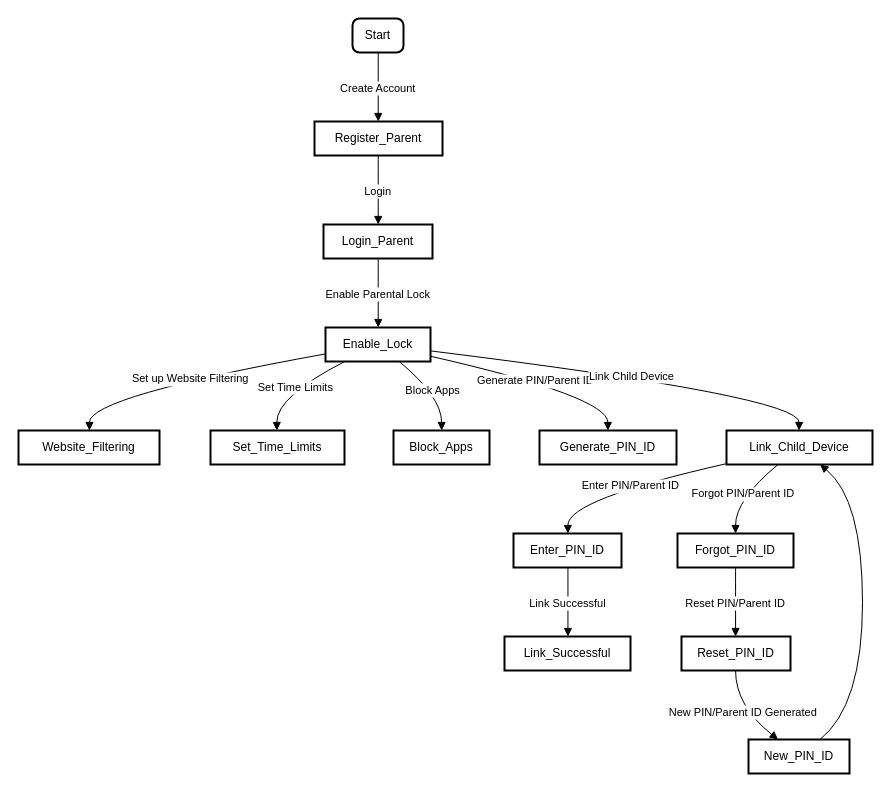
Inco9nit0/Parental-Lock-System-Project-FYP- keeps this draw.io diagram as user flow.drawio. Above is the earlier version. Source tidied: cells renumbered, new cells numbered last; positions are measured from the earlier drawing's top-left corner, leaving out a move shared by most shapes. Both pictures are drawn from the tidied source at 100%, with x=0, y=0 at pixel (18, 18).
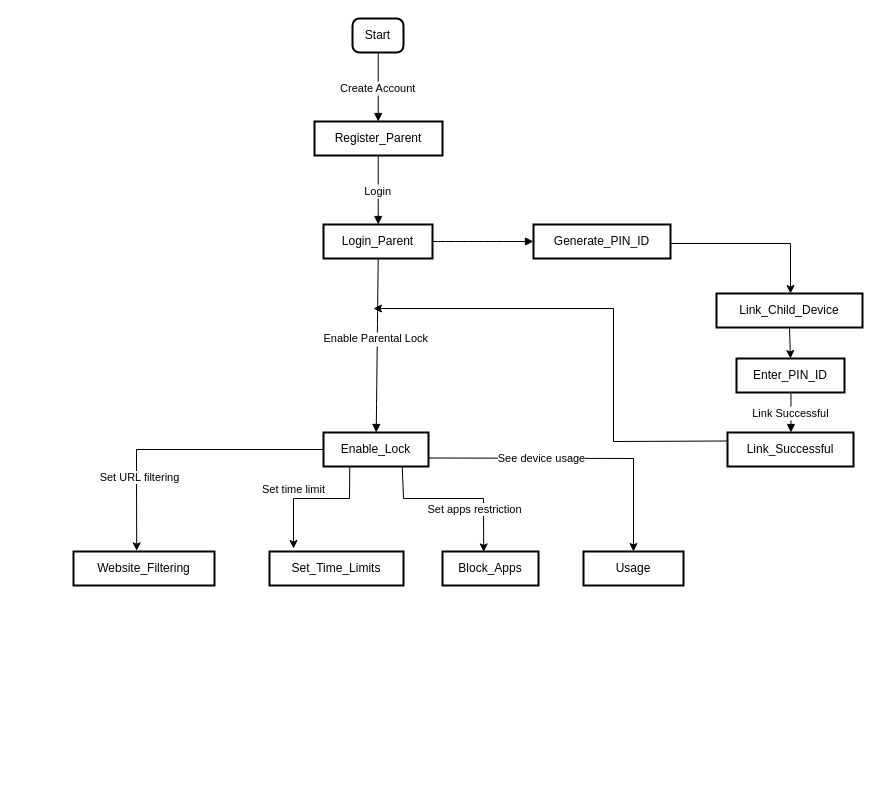
The same page after the edit.

Unchanged cells that the change refers to:
```xml
<mxCell id="4" value="Login_Parent" style="whiteSpace=wrap;strokeWidth=2;" parent="1" vertex="1">
  <mxGeometry x="305" y="206" width="109" height="34" as="geometry" />
</mxCell>
```

The edit, as a diff of the source:
```diff
@@
     <mxCell id="5" value="Enable_Lock" style="whiteSpace=wrap;strokeWidth=2;" parent="1" vertex="1">
-      <mxGeometry x="307" y="309" width="105" height="34" as="geometry" />
+      <mxGeometry x="305" y="414" width="105" height="34" as="geometry" />
     </mxCell>
     <mxCell id="6" value="Website_Filtering" style="whiteSpace=wrap;strokeWidth=2;" parent="1" vertex="1">
-      <mxGeometry y="412" width="141" height="34" as="geometry" />
+      <mxGeometry x="55" y="533" width="141" height="34" as="geometry" />
     </mxCell>
     <mxCell id="7" value="Set_Time_Limits" style="whiteSpace=wrap;strokeWidth=2;" parent="1" vertex="1">
-      <mxGeometry x="192" y="412" width="134" height="34" as="geometry" />
+      <mxGeometry x="251" y="533" width="134" height="34" as="geometry" />
     </mxCell>
     <mxCell id="8" value="Block_Apps" style="whiteSpace=wrap;strokeWidth=2;" parent="1" vertex="1">
-      <mxGeometry x="375" y="412" width="96" height="34" as="geometry" />
+      <mxGeometry x="424" y="533" width="96" height="34" as="geometry" />
     </mxCell>
-    <mxCell id="9" value="Generate_PIN_ID" style="whiteSpace=wrap;strokeWidth=2;" parent="1" vertex="1">
-      <mxGeometry x="521" y="412" width="137" height="34" as="geometry" />
-    </mxCell>
     <mxCell id="10" value="Link_Child_Device" style="whiteSpace=wrap;strokeWidth=2;" parent="1" vertex="1">
-      <mxGeometry x="708" y="412" width="146" height="34" as="geometry" />
+      <mxGeometry x="698" y="275" width="146" height="34" as="geometry" />
     </mxCell>
     <mxCell id="11" value="Enter_PIN_ID" style="whiteSpace=wrap;strokeWidth=2;" parent="1" vertex="1">
-      <mxGeometry x="495" y="515" width="108" height="34" as="geometry" />
+      <mxGeometry x="718" y="340" width="108" height="34" as="geometry" />
     </mxCell>
     <mxCell id="12" value="Link_Successful" style="whiteSpace=wrap;strokeWidth=2;" parent="1" vertex="1">
-      <mxGeometry x="486" y="618" width="126" height="34" as="geometry" />
+      <mxGeometry x="709" y="414" width="126" height="34" as="geometry" />
     </mxCell>
-    <mxCell id="13" value="Forgot_PIN_ID" style="whiteSpace=wrap;strokeWidth=2;" parent="1" vertex="1">
-      <mxGeometry x="659" y="515" width="116" height="34" as="geometry" />
-    </mxCell>
-    <mxCell id="14" value="Reset_PIN_ID" style="whiteSpace=wrap;strokeWidth=2;" parent="1" vertex="1">
-      <mxGeometry x="663" y="618" width="109" height="34" as="geometry" />
-    </mxCell>
-    <mxCell id="15" value="New_PIN_ID" style="whiteSpace=wrap;strokeWidth=2;" parent="1" vertex="1">
-      <mxGeometry x="730" y="721" width="101" height="34" as="geometry" />
-    </mxCell>
@@
     <mxCell id="18" value="Enable Parental Lock" style="curved=1;startArrow=none;endArrow=block;exitX=0.5020606364678899;exitY=1;entryX=0.5021391369047619;entryY=0;" parent="1" edge="1" source="4" target="5">
-      <mxGeometry relative="1" as="geometry" />
+      <mxGeometry x="-0.08" y="-1" relative="1" as="geometry" />
     </mxCell>
+    <mxCell id="25" value="Link Successful" style="curved=1;startArrow=none;endArrow=block;exitX=0.5041775173611112;exitY=1;entryX=0.5035807291666666;entryY=0;" parent="1" edge="1" source="11" target="12">
+      <mxGeometry relative="1" as="geometry" />
+    </mxCell>
+    <mxCell id="24" style="endArrow=classic;html=1;rounded=0;exitX=0.5;exitY=1;exitDx=0;exitDy=0;entryX=0.5;entryY=0;entryDx=0;entryDy=0;" parent="1" edge="1" source="10" target="11">
+      <mxGeometry relative="1" as="geometry" />
+    </mxCell>
+    <mxCell id="30" style="curved=1;startArrow=none;endArrow=block;entryX=0;entryY=0.5;exitX=1;exitY=0.5;exitDx=0;exitDy=0;entryDx=0;entryDy=0;" parent="1" edge="1" source="4" target="9">
+      <mxGeometry x="0.46" y="160" relative="1" as="geometry" />
+    </mxCell>
+    <mxCell id="9" value="Generate_PIN_ID" style="whiteSpace=wrap;strokeWidth=2;" parent="1" vertex="1">
+      <mxGeometry x="515" y="206" width="137" height="34" as="geometry" />
+    </mxCell>
+    <mxCell id="31" value="Usage" style="whiteSpace=wrap;strokeWidth=2;" parent="1" vertex="1">
+      <mxGeometry x="565" y="533" width="100" height="34" as="geometry" />
+    </mxCell>
-    <mxCell id="19" value="Set up Website Filtering" style="curved=1;startArrow=none;endArrow=block;exitX=0.0017671130952380952;exitY=0.7755556563350448;entryX=0.5029920212765957;entryY=0;" parent="1" edge="1" source="5" target="6">
+    <mxCell id="19" style="endArrow=classic;html=1;rounded=0;entryX=0.448;entryY=-0.022;entryDx=0;entryDy=0;entryPerimeter=0;exitX=0;exitY=0.5;exitDx=0;exitDy=0;" parent="1" edge="1" source="5" target="6">
       <mxGeometry relative="1" as="geometry">
         <Array as="points">
-          <mxPoint x="71" y="378" />
+          <mxPoint x="118" y="431" />
         </Array>
       </mxGeometry>
     </mxCell>
-    <mxCell id="20" value="Set Time Limits" style="curved=1;startArrow=none;endArrow=block;exitX=0.18356720266990306;exitY=1;entryX=0.49545242537313433;entryY=0;" parent="1" edge="1" source="5" target="7">
-      <mxGeometry relative="1" as="geometry">
-        <Array as="points">
-          <mxPoint x="258" y="378" />
-        </Array>
-      </mxGeometry>
-    </mxCell>
+    <mxCell id="32" value="Set URL filtering" style="edgeLabel;html=1;align=center;verticalAlign=middle;" parent="19" vertex="1">
+      <mxGeometry x="0.71" y="2" relative="1" as="geometry">
+        <mxPoint y="-31" as="offset" />
+      </mxGeometry>
+    </mxCell>
+    <mxCell id="33" style="endArrow=classic;html=1;rounded=0;exitX=0.25;exitY=1;exitDx=0;exitDy=0;" parent="1" edge="1" source="5">
+      <mxGeometry relative="1" as="geometry">
+        <mxPoint x="275" y="530" as="targetPoint" />
+        <Array as="points">
+          <mxPoint x="331" y="480" />
+          <mxPoint x="275" y="480" />
+        </Array>
+      </mxGeometry>
+    </mxCell>
+    <mxCell id="34" value="Set time limit" style="edgeLabel;html=1;align=center;verticalAlign=middle;" parent="33" vertex="1">
+      <mxGeometry x="0.01" y="3" relative="1" as="geometry">
+        <mxPoint x="-19" y="-13" as="offset" />
+      </mxGeometry>
+    </mxCell>
-    <mxCell id="21" value="Block Apps" style="curved=1;startArrow=none;endArrow=block;exitX=0.7016648968446599;exitY=1;entryX=0.5019938151041666;entryY=0;" parent="1" edge="1" source="5" target="8">
+    <mxCell id="21" style="endArrow=classic;html=1;rounded=0;exitX=0.75;exitY=1;exitDx=0;exitDy=0;entryX=0.429;entryY=0.012;entryDx=0;entryDy=0;entryPerimeter=0;" parent="1" edge="1" source="5" target="8">
       <mxGeometry relative="1" as="geometry">
         <Array as="points">
-          <mxPoint x="423" y="378" />
+          <mxPoint x="385" y="480" />
+          <mxPoint x="465" y="480" />
         </Array>
       </mxGeometry>
     </mxCell>
-    <mxCell id="22" value="Generate PIN/Parent ID" style="curved=1;startArrow=none;endArrow=block;exitX=1.0025111607142858;exitY=0.8464024504594614;entryX=0.4997148722627737;entryY=0;" parent="1" edge="1" source="5" target="9">
-      <mxGeometry relative="1" as="geometry">
-        <Array as="points">
-          <mxPoint x="589" y="378" />
-        </Array>
-      </mxGeometry>
-    </mxCell>
-    <mxCell id="23" value="Link Child Device" style="curved=1;startArrow=none;endArrow=block;exitX=1.0025111607142858;exitY=0.6891123901070474;entryX=0.4968428938356164;entryY=0;" parent="1" edge="1" source="5" target="10">
-      <mxGeometry relative="1" as="geometry">
-        <Array as="points">
-          <mxPoint x="781" y="378" />
-        </Array>
-      </mxGeometry>
-    </mxCell>
-    <mxCell id="24" value="Enter PIN/Parent ID" style="curved=1;startArrow=none;endArrow=block;exitX=-0.0018728595890410958;exitY=0.9772622302299564;entryX=0.5041775173611112;entryY=0;" parent="1" edge="1" source="10" target="11">
-      <mxGeometry relative="1" as="geometry">
-        <Array as="points">
-          <mxPoint x="549" y="481" />
-        </Array>
-      </mxGeometry>
-    </mxCell>
-    <mxCell id="25" value="Link Successful" style="curved=1;startArrow=none;endArrow=block;exitX=0.5041775173611112;exitY=1;entryX=0.5035807291666666;entryY=0;" parent="1" edge="1" source="11" target="12">
-      <mxGeometry relative="1" as="geometry" />
-    </mxCell>
-    <mxCell id="26" value="Forgot PIN/Parent ID" style="curved=1;startArrow=none;endArrow=block;exitX=0.3533483404541829;exitY=1;entryX=0.5006229795258621;entryY=0;" parent="1" edge="1" source="10" target="13">
-      <mxGeometry relative="1" as="geometry">
-        <Array as="points">
-          <mxPoint x="717" y="481" />
-        </Array>
-      </mxGeometry>
-    </mxCell>
-    <mxCell id="27" value="Reset PIN/Parent ID" style="curved=1;startArrow=none;endArrow=block;exitX=0.5006229795258621;exitY=1;entryX=0.49607583142201833;entryY=0;" parent="1" edge="1" source="13" target="14">
-      <mxGeometry relative="1" as="geometry" />
-    </mxCell>
-    <mxCell id="28" value="New PIN/Parent ID Generated" style="curved=1;startArrow=none;endArrow=block;exitX=0.49607583142201833;exitY=1;entryX=0.2929589871911951;entryY=0;" parent="1" edge="1" source="14" target="15">
-      <mxGeometry relative="1" as="geometry">
-        <Array as="points">
-          <mxPoint x="717" y="687" />
-        </Array>
-      </mxGeometry>
-    </mxCell>
-    <mxCell id="29" style="curved=1;startArrow=none;endArrow=block;exitX=0.7078145276602901;exitY=0;entryX=0.64033744721705;entryY=1;" parent="1" edge="1" source="15" target="10">
-      <mxGeometry relative="1" as="geometry">
-        <Array as="points">
-          <mxPoint x="844" y="687" />
-          <mxPoint x="844" y="481" />
-        </Array>
-      </mxGeometry>
-    </mxCell>
+    <mxCell id="35" value="Set apps restriction" style="edgeLabel;html=1;align=center;verticalAlign=middle;" parent="21" vertex="1">
+      <mxGeometry x="-0.07" y="-2" relative="1" as="geometry">
+        <mxPoint x="26" y="8" as="offset" />
+      </mxGeometry>
+    </mxCell>
+    <mxCell id="36" style="endArrow=classic;html=1;rounded=0;exitX=1;exitY=0.75;exitDx=0;exitDy=0;entryX=0.5;entryY=0;entryDx=0;entryDy=0;" parent="1" edge="1" source="5" target="31">
+      <mxGeometry relative="1" as="geometry">
+        <Array as="points">
+          <mxPoint x="615" y="440" />
+        </Array>
+      </mxGeometry>
+    </mxCell>
+    <mxCell id="37" value="See device usage" style="edgeLabel;html=1;align=center;verticalAlign=middle;" parent="36" vertex="1">
+      <mxGeometry x="-0.06" y="-4" relative="1" as="geometry">
+        <mxPoint x="-27" y="-4" as="offset" />
+      </mxGeometry>
+    </mxCell>
+    <mxCell id="38" style="endArrow=classic;html=1;rounded=0;" parent="1" edge="1">
+      <mxGeometry relative="1" as="geometry">
+        <mxPoint x="652" y="225" as="sourcePoint" />
+        <mxPoint x="772" y="275" as="targetPoint" />
+        <Array as="points">
+          <mxPoint x="772" y="225" />
+        </Array>
+      </mxGeometry>
+    </mxCell>
+    <mxCell id="39" style="endArrow=classic;html=1;rounded=0;exitX=0;exitY=0.25;exitDx=0;exitDy=0;" parent="1" edge="1" source="12">
+      <mxGeometry relative="1" as="geometry">
+        <mxPoint x="355" y="290" as="targetPoint" />
+        <Array as="points">
+          <mxPoint x="595" y="423" />
+          <mxPoint x="595" y="290" />
+        </Array>
+      </mxGeometry>
+    </mxCell>
```
